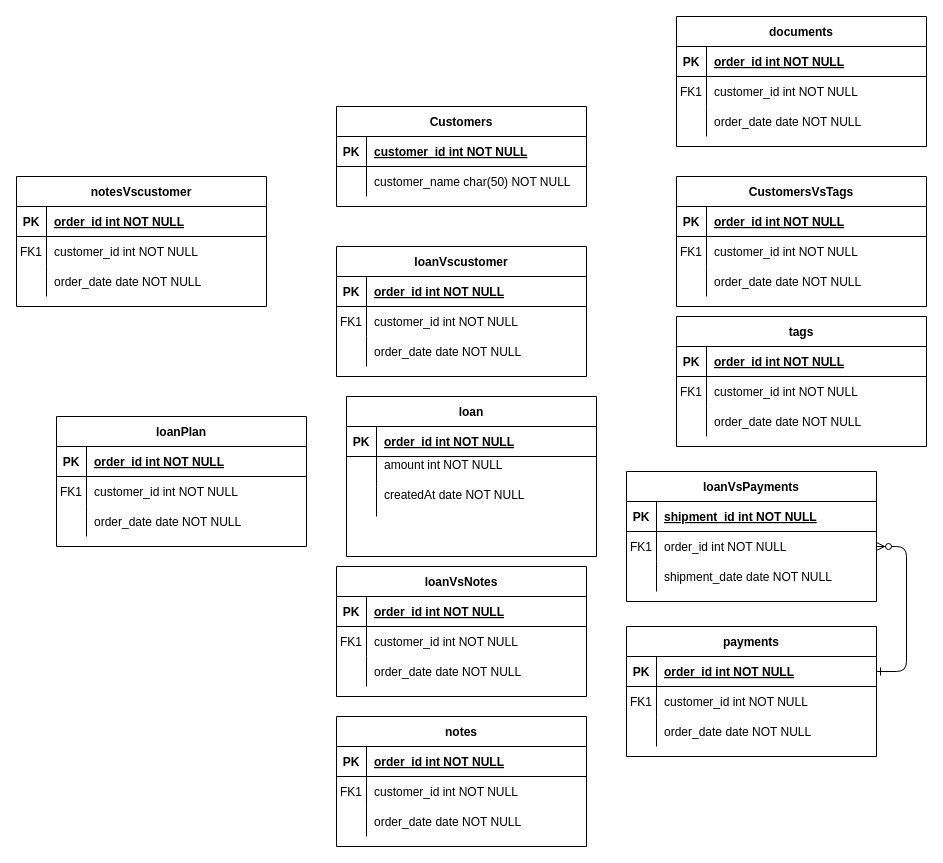
Wadprog/small-loan-application keeps this draw.io diagram as Untitled Diagram.drawio. Above is the earlier version. Source tidied: cells renumbered, new cells numbered last; positions are measured from the earlier drawing's top-left corner, leaving out a move shared by most shapes. Both pictures are drawn from the tidied source at 100%, with x=0, y=0 at pixel (16, 16).
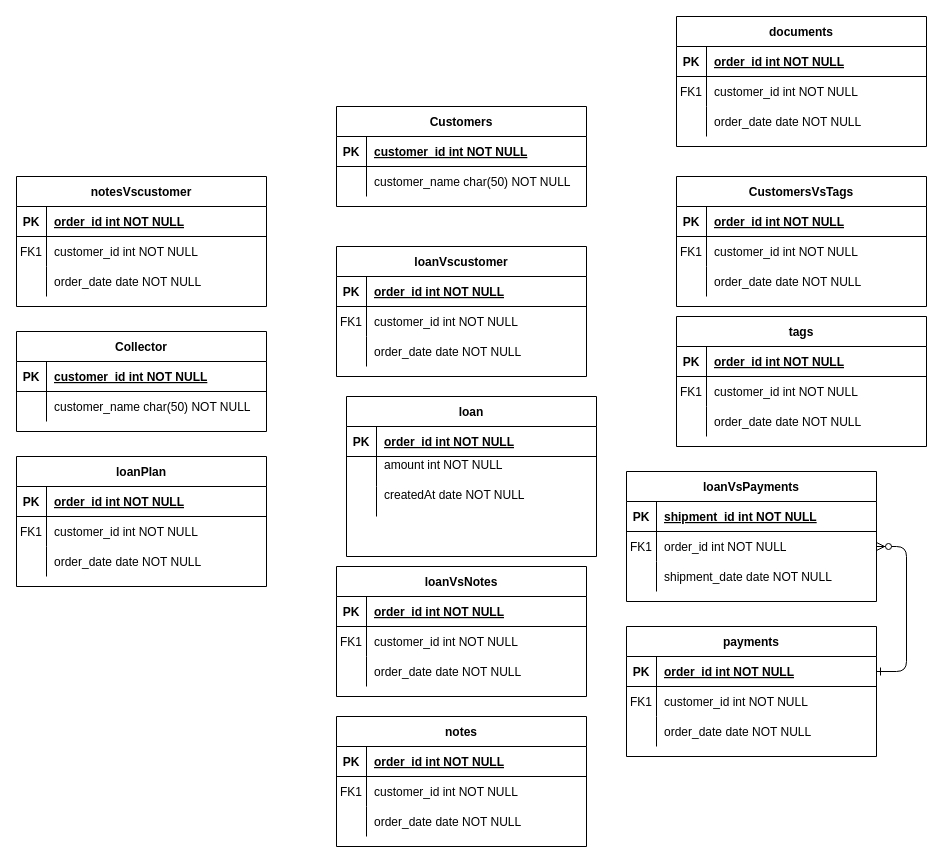
After the change.

What changed in the source:
```diff
@@
     <mxCell id="50" value="loanPlan" style="shape=table;startSize=30;childLayout=tableLayout;rowLines=0;fontStyle=1;align=center;" parent="1" vertex="1">
-      <mxGeometry x="40" y="400" width="250" height="130" as="geometry" />
+      <mxGeometry y="440" width="250" height="130" as="geometry" />
     </mxCell>
@@
+    <mxCell id="120" value="Collector" style="shape=table;startSize=30;childLayout=tableLayout;rowLines=0;fontStyle=1;align=center;" parent="1" vertex="1">
+      <mxGeometry y="315" width="250" height="100" as="geometry" />
+    </mxCell>
+    <mxCell id="121" style="shape=partialRectangle;fillColor=none;top=0;left=0;right=0;bottom=1;" parent="120" vertex="1">
+      <mxGeometry y="30" width="250" height="30" as="geometry" />
+    </mxCell>
+    <mxCell id="122" value="PK" style="shape=partialRectangle;overflow=hidden;fillColor=none;top=0;left=0;bottom=0;right=0;fontStyle=1;" parent="121" vertex="1">
+      <mxGeometry width="30" height="30" as="geometry" />
+    </mxCell>
+    <mxCell id="123" value="customer_id int NOT NULL " style="shape=partialRectangle;overflow=hidden;fillColor=none;top=0;left=0;bottom=0;right=0;align=left;spacingLeft=6;fontStyle=5;" parent="121" vertex="1">
+      <mxGeometry x="30" width="220" height="30" as="geometry" />
+    </mxCell>
+    <mxCell id="124" style="shape=partialRectangle;fillColor=none;top=0;left=0;right=0;bottom=0;" parent="120" vertex="1">
+      <mxGeometry y="60" width="250" height="30" as="geometry" />
+    </mxCell>
+    <mxCell id="125" style="shape=partialRectangle;overflow=hidden;fillColor=none;top=0;left=0;bottom=0;right=0;" parent="124" vertex="1">
+      <mxGeometry width="30" height="30" as="geometry" />
+    </mxCell>
+    <mxCell id="126" value="customer_name char(50) NOT NULL" style="shape=partialRectangle;overflow=hidden;fillColor=none;top=0;left=0;bottom=0;right=0;align=left;spacingLeft=6;" parent="124" vertex="1">
+      <mxGeometry x="30" width="220" height="30" as="geometry" />
+    </mxCell>
```
